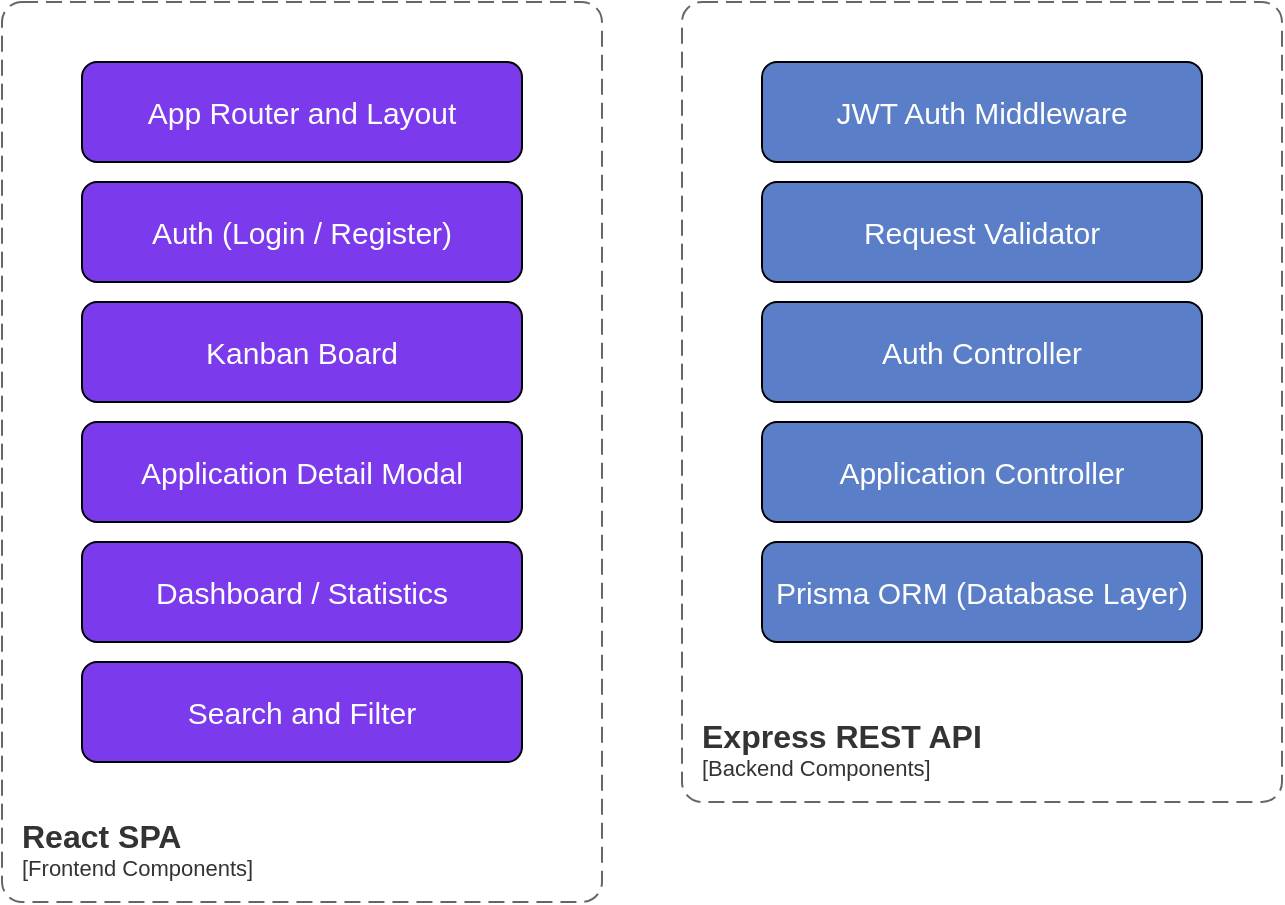
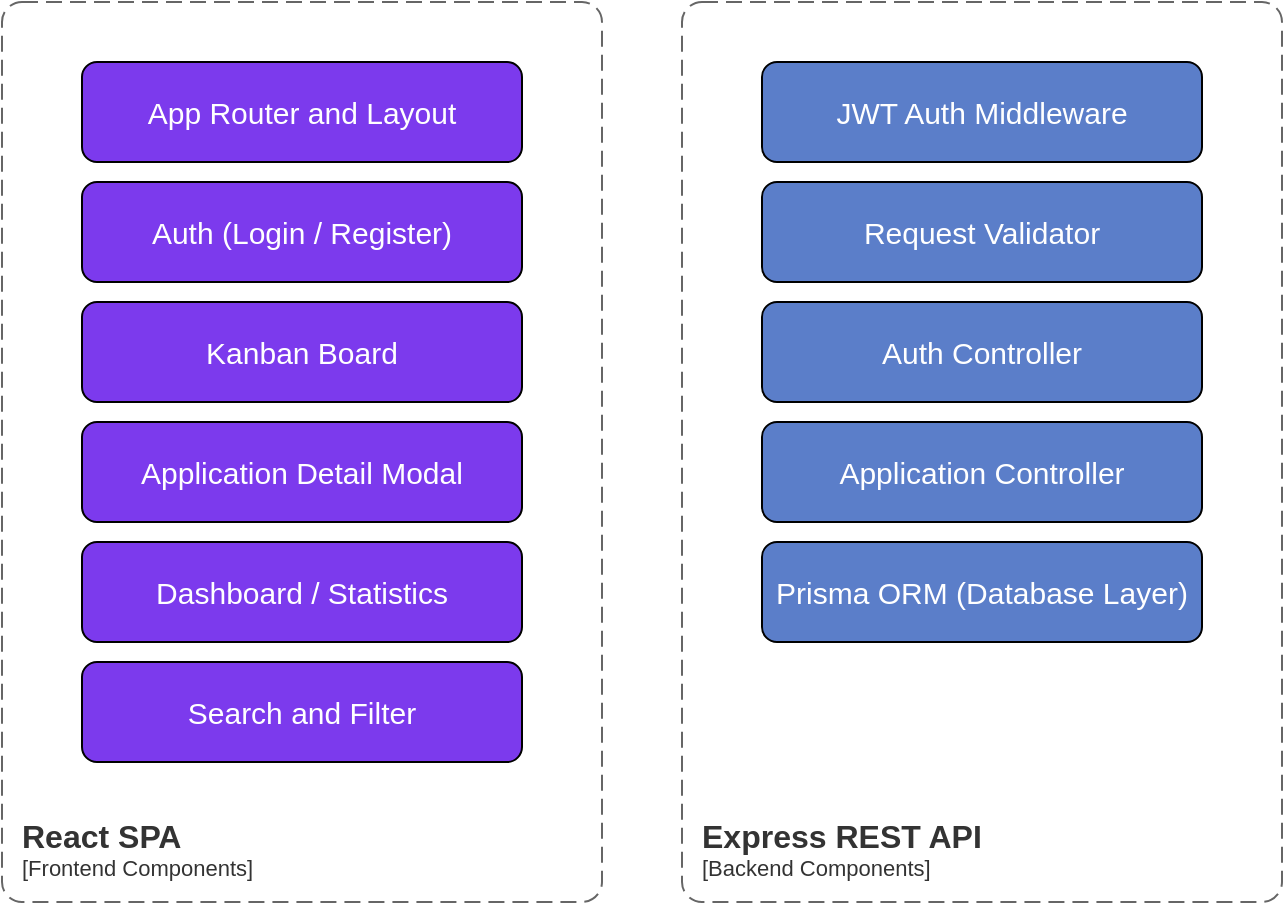
<mxfile host="app.diagrams.net">
  <diagram name="Page-1" id="xT802N5lbKtK9KzVrm70">
    <mxGraphModel dx="1417" dy="766" grid="1" gridSize="10" guides="1" tooltips="1" connect="1" arrows="1" fold="1" page="1" pageScale="1" pageWidth="850" pageHeight="1100" math="0" shadow="0">
      <root>
        <mxCell id="0" />
        <mxCell id="1" parent="0" />
        <object placeholders="1" c4Name="React SPA" c4Type="ContainerScopeBoundary" c4Application="Frontend Components" label="&lt;font style=&quot;font-size: 16px&quot;&gt;&lt;b&gt;&lt;div style=&quot;text-align: left&quot;&gt;%c4Name%&lt;/div&gt;&lt;/b&gt;&lt;/font&gt;&lt;div style=&quot;text-align: left&quot;&gt;[%c4Application%]&lt;/div&gt;" id="f1frLIjitfVD0vxHUTSj-2">
          <mxCell parent="1" style="rounded=1;fontSize=11;whiteSpace=wrap;html=1;dashed=1;arcSize=20;fillColor=none;strokeColor=#666666;fontColor=#333333;labelBackgroundColor=none;align=left;verticalAlign=bottom;labelBorderColor=none;spacingTop=0;spacing=10;dashPattern=8 4;metaEdit=1;rotatable=0;perimeter=rectanglePerimeter;noLabel=0;labelPadding=0;allowArrows=0;connectable=0;expand=0;recursiveResize=0;editable=1;pointerEvents=0;absoluteArcSize=1;points=[[0.25,0,0],[0.5,0,0],[0.75,0,0],[1,0.25,0],[1,0.5,0],[1,0.75,0],[0.75,1,0],[0.5,1,0],[0.25,1,0],[0,0.75,0],[0,0.5,0],[0,0.25,0]];" vertex="1">
            <mxGeometry height="450" width="300" x="100" y="260" as="geometry" />
          </mxCell>
        </object>
        <object placeholders="1" c4Name="Express REST API" c4Type="ContainerScopeBoundary" c4Application="Backend Components" label="&lt;font style=&quot;font-size: 16px&quot;&gt;&lt;b&gt;&lt;div style=&quot;text-align: left&quot;&gt;%c4Name%&lt;/div&gt;&lt;/b&gt;&lt;/font&gt;&lt;div style=&quot;text-align: left&quot;&gt;[%c4Application%]&lt;/div&gt;" id="f1frLIjitfVD0vxHUTSj-3">
          <mxCell parent="1" style="rounded=1;fontSize=11;whiteSpace=wrap;html=1;dashed=1;arcSize=20;fillColor=none;strokeColor=#666666;fontColor=#333333;labelBackgroundColor=none;align=left;verticalAlign=bottom;labelBorderColor=none;spacingTop=0;spacing=10;dashPattern=8 4;metaEdit=1;rotatable=0;perimeter=rectanglePerimeter;noLabel=0;labelPadding=0;allowArrows=0;connectable=0;expand=0;recursiveResize=0;editable=1;pointerEvents=0;absoluteArcSize=1;points=[[0.25,0,0],[0.5,0,0],[0.75,0,0],[1,0.25,0],[1,0.5,0],[1,0.75,0],[0.75,1,0],[0.5,1,0],[0.25,1,0],[0,0.75,0],[0,0.5,0],[0,0.25,0]];" vertex="1">
-             <mxGeometry height="400" width="300" x="440" y="260" as="geometry" />
+             <mxGeometry height="450" width="300" x="440" y="260" as="geometry" />
          </mxCell>
        </object>
        <mxCell id="f1frLIjitfVD0vxHUTSj-5" parent="1" style="rounded=1;whiteSpace=wrap;html=1;fillColor=#7C3AED;fontSize=15;fontColor=#FFFFFF;" value="App Router and Layout" vertex="1">
          <mxGeometry height="50" width="220" x="140" y="290" as="geometry" />
        </mxCell>
        <mxCell id="f1frLIjitfVD0vxHUTSj-6" parent="1" style="rounded=1;whiteSpace=wrap;html=1;fillColor=#7C3AED;fontSize=15;fontColor=#FFFFFF;" value="Auth (Login / Register)" vertex="1">
          <mxGeometry height="50" width="220" x="140" y="350" as="geometry" />
        </mxCell>
        <mxCell id="f1frLIjitfVD0vxHUTSj-7" parent="1" style="rounded=1;whiteSpace=wrap;html=1;fillColor=#7C3AED;fontSize=15;fontColor=#FFFFFF;" value="Kanban Board" vertex="1">
          <mxGeometry height="50" width="220" x="140" y="410" as="geometry" />
        </mxCell>
        <mxCell id="f1frLIjitfVD0vxHUTSj-8" parent="1" style="rounded=1;whiteSpace=wrap;html=1;fillColor=#7C3AED;fontSize=15;fontColor=#FFFFFF;" value="Application Detail Modal" vertex="1">
          <mxGeometry height="50" width="220" x="140" y="470" as="geometry" />
        </mxCell>
        <mxCell id="f1frLIjitfVD0vxHUTSj-9" parent="1" style="rounded=1;whiteSpace=wrap;html=1;fillColor=#7C3AED;fontSize=15;fontColor=#FFFFFF;" value="Dashboard / Statistics" vertex="1">
          <mxGeometry height="50" width="220" x="140" y="530" as="geometry" />
        </mxCell>
        <mxCell id="f1frLIjitfVD0vxHUTSj-10" parent="1" style="rounded=1;whiteSpace=wrap;html=1;fillColor=#7C3AED;fontSize=15;fontColor=#FFFFFF;" value="Search and Filter" vertex="1">
          <mxGeometry height="50" width="220" x="140" y="590" as="geometry" />
        </mxCell>
        <mxCell id="f1frLIjitfVD0vxHUTSj-11" parent="1" style="rounded=1;whiteSpace=wrap;html=1;fontSize=15;fillColor=#5B7EC9;fontColor=#FFFFFF;" value="JWT Auth Middleware" vertex="1">
          <mxGeometry height="50" width="220" x="480" y="290" as="geometry" />
        </mxCell>
        <mxCell id="f1frLIjitfVD0vxHUTSj-12" parent="1" style="rounded=1;whiteSpace=wrap;html=1;fontSize=15;fillColor=#5B7EC9;fontColor=#FFFFFF;" value="Request Validator" vertex="1">
          <mxGeometry height="50" width="220" x="480" y="350" as="geometry" />
        </mxCell>
        <mxCell id="f1frLIjitfVD0vxHUTSj-13" parent="1" style="rounded=1;whiteSpace=wrap;html=1;fontSize=15;fillColor=#5B7EC9;fontColor=#FFFFFF;" value="Auth Controller" vertex="1">
          <mxGeometry height="50" width="220" x="480" y="410" as="geometry" />
        </mxCell>
        <mxCell id="f1frLIjitfVD0vxHUTSj-14" parent="1" style="rounded=1;whiteSpace=wrap;html=1;fontSize=15;fillColor=#5B7EC9;fontColor=#FFFFFF;" value="Application Controller" vertex="1">
          <mxGeometry height="50" width="220" x="480" y="470" as="geometry" />
        </mxCell>
        <mxCell id="f1frLIjitfVD0vxHUTSj-15" parent="1" style="rounded=1;whiteSpace=wrap;html=1;fontSize=15;fillColor=#5B7EC9;fontColor=#FFFFFF;" value="Prisma ORM (Database Layer)" vertex="1">
          <mxGeometry height="50" width="220" x="480" y="530" as="geometry" />
        </mxCell>
      </root>
    </mxGraphModel>
  </diagram>
</mxfile>
